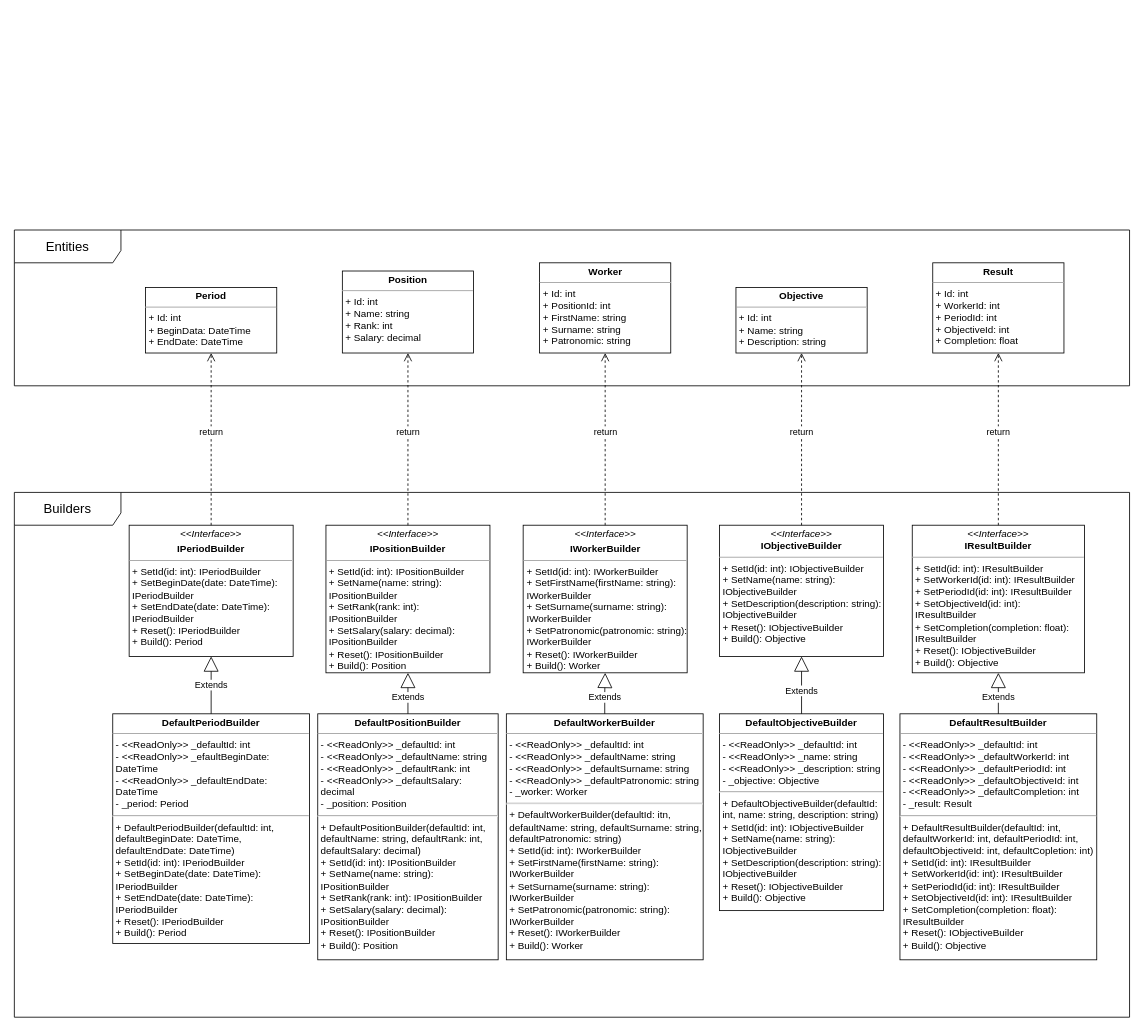
Earlier version of the draw.io diagram TaPP_First_Practice_Design.drawio (Mehanari/TaPP_Designs). Source tidied: cells renumbered, new cells numbered last; positions are measured from the earlier drawing's top-left corner, leaving out a move shared by most shapes. Both pictures are drawn from the tidied source at 82%, with x=0, y=0 at pixel (14, 230).
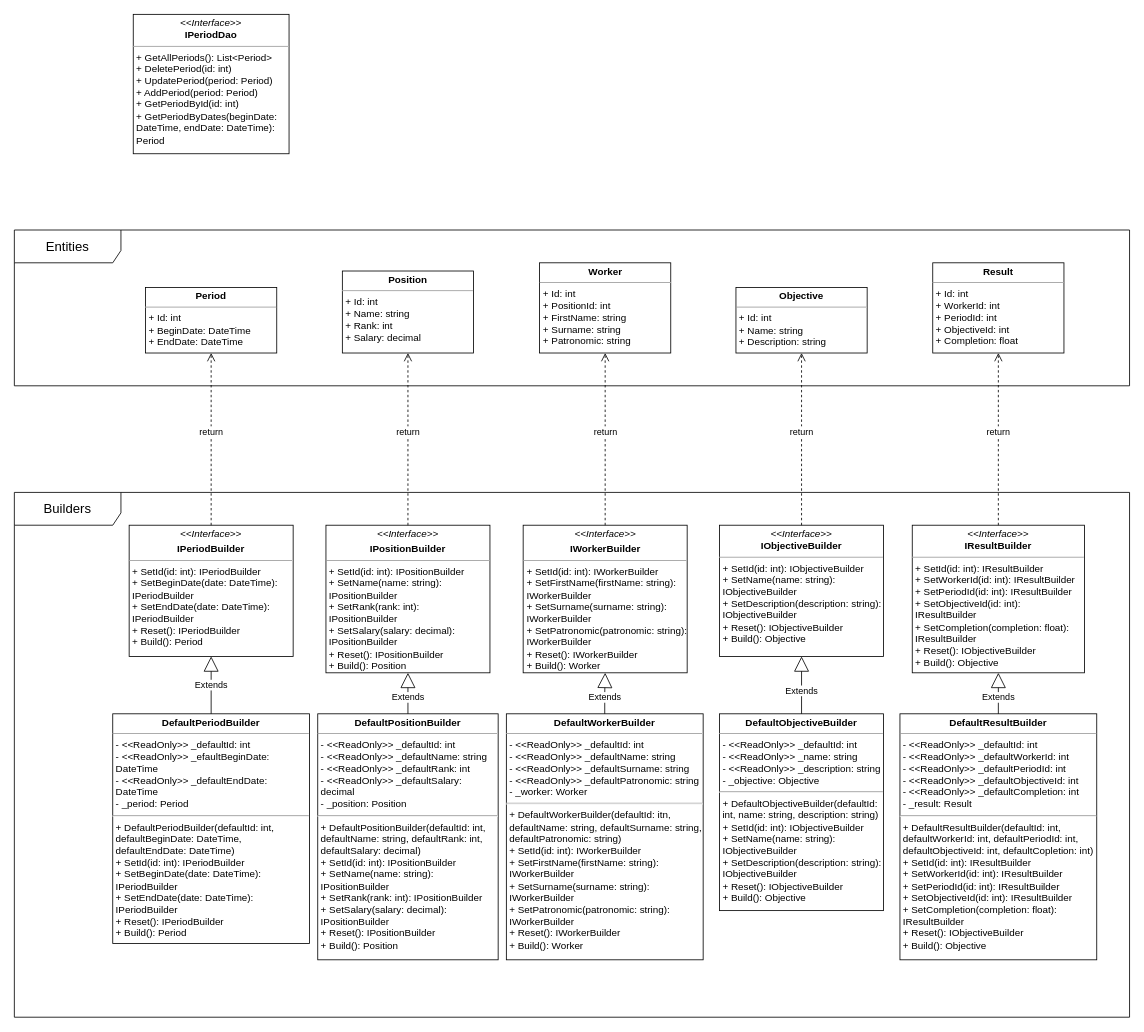
After the change.

Change to the diagram source:
```diff
@@
-    <mxCell id="3" value="&lt;p style=&quot;margin:0px;margin-top:4px;text-align:center;&quot;&gt;&lt;b&gt;Period&lt;/b&gt;&lt;/p&gt;&lt;hr size=&quot;1&quot;&gt;&lt;p style=&quot;margin:0px;margin-left:4px;&quot;&gt;+ Id: int&lt;/p&gt;&lt;p style=&quot;margin:0px;margin-left:4px;&quot;&gt;+ BeginData: DateTime&lt;/p&gt;&lt;p style=&quot;margin:0px;margin-left:4px;&quot;&gt;+ EndDate: DateTime&lt;/p&gt;" style="verticalAlign=top;align=left;overflow=fill;fontSize=12;fontFamily=Helvetica;html=1;whiteSpace=wrap;" parent="1" vertex="1">
+    <mxCell id="3" value="&lt;p style=&quot;margin:0px;margin-top:4px;text-align:center;&quot;&gt;&lt;b&gt;Period&lt;/b&gt;&lt;/p&gt;&lt;hr size=&quot;1&quot;&gt;&lt;p style=&quot;margin:0px;margin-left:4px;&quot;&gt;+ Id: int&lt;/p&gt;&lt;p style=&quot;margin:0px;margin-left:4px;&quot;&gt;+ BeginDate: DateTime&lt;/p&gt;&lt;p style=&quot;margin:0px;margin-left:4px;&quot;&gt;+ EndDate: DateTime&lt;/p&gt;" style="verticalAlign=top;align=left;overflow=fill;fontSize=12;fontFamily=Helvetica;html=1;whiteSpace=wrap;" parent="1" vertex="1">
       <mxGeometry x="160" y="70" width="160" height="80" as="geometry" />
     </mxCell>
@@
+    <mxCell id="29" value="&lt;p style=&quot;margin:0px;margin-top:4px;text-align:center;&quot;&gt;&lt;i&gt;&amp;lt;&amp;lt;Interface&amp;gt;&amp;gt;&lt;/i&gt;&lt;br&gt;&lt;b&gt;IPeriodDao&lt;/b&gt;&lt;/p&gt;&lt;hr size=&quot;1&quot;&gt;&lt;p style=&quot;margin:0px;margin-left:4px;&quot;&gt;+ GetAllPeriods(): List&amp;lt;Period&amp;gt;&lt;/p&gt;&lt;p style=&quot;margin:0px;margin-left:4px;&quot;&gt;+ DeletePeriod(id: int)&lt;/p&gt;&lt;p style=&quot;margin:0px;margin-left:4px;&quot;&gt;+ UpdatePeriod(period: Period)&lt;/p&gt;&lt;p style=&quot;margin:0px;margin-left:4px;&quot;&gt;+ AddPeriod(period: Period)&lt;/p&gt;&lt;p style=&quot;margin:0px;margin-left:4px;&quot;&gt;+ GetPeriodById(id: int)&lt;/p&gt;&lt;p style=&quot;margin:0px;margin-left:4px;&quot;&gt;+ GetPeriodByDates(beginDate: DateTime, endDate: DateTime): Period&lt;/p&gt;" style="verticalAlign=top;align=left;overflow=fill;fontSize=12;fontFamily=Helvetica;html=1;whiteSpace=wrap;" parent="1" vertex="1">
+      <mxGeometry x="145" y="-263" width="190" height="170" as="geometry" />
+    </mxCell>
```
